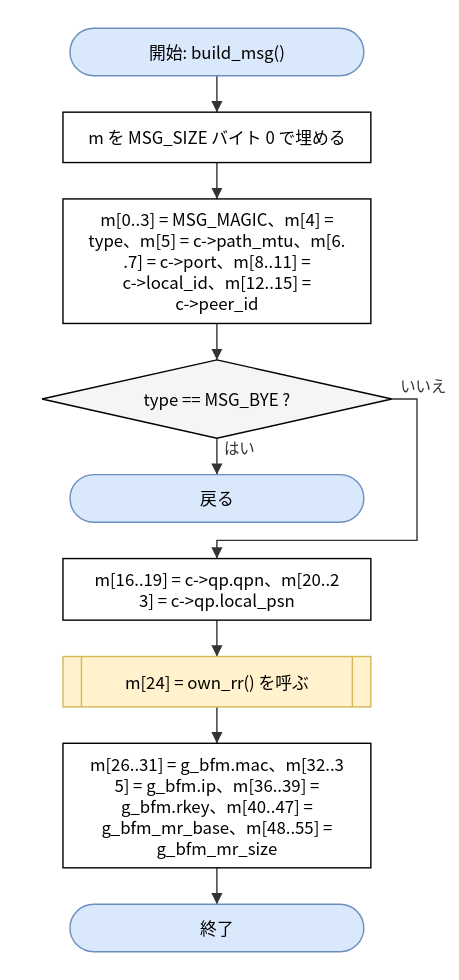
This is doc/spec/images/flow_src_bfm_cm-build_msg.drawio.svg from hf355051012-ai/bfmem, a draw.io export, as it was before one commit. Source tidied: cells renumbered, new cells last; positions are measured from the earlier drawing's top-left corner, leaving out a move shared by most shapes.
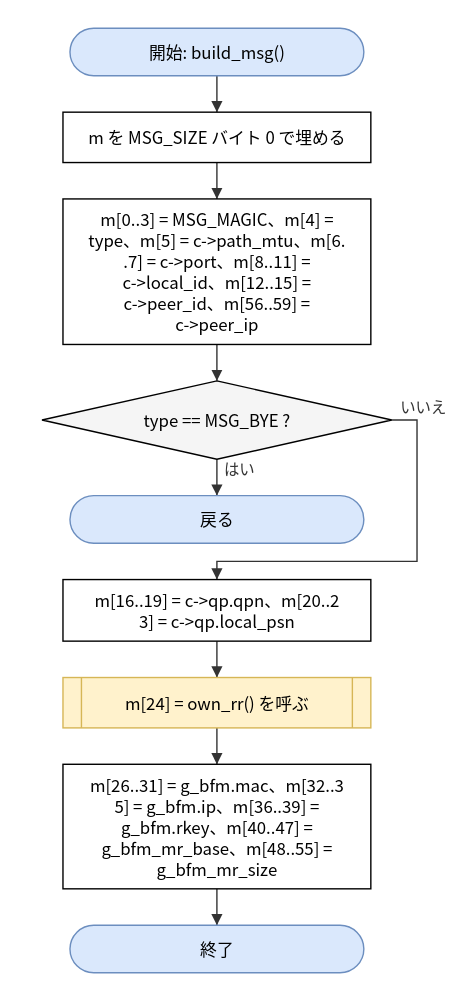
After the change.

Change to the diagram source:
```diff
@@ -3,13 +3,13 @@
     <mxCell id="0" />
     <mxCell id="1" parent="0" />
     <mxCell id="2" value="開始: build_msg()" style="rounded=1;arcSize=50;whiteSpace=wrap;html=1;fillColor=#dae8fc;strokeColor=#6c8ebf;" parent="1" vertex="1">
-      <mxGeometry x="20" width="210" height="34" as="geometry" />
+      <mxGeometry x="20" y="-15" width="210" height="34" as="geometry" />
     </mxCell>
     <mxCell id="3" value="m を MSG_SIZE バイト 0 で埋める" style="rounded=0;whiteSpace=wrap;html=1;" parent="1" vertex="1">
-      <mxGeometry x="15" y="60" width="220" height="36" as="geometry" />
+      <mxGeometry x="15" y="45" width="220" height="36" as="geometry" />
     </mxCell>
-    <mxCell id="4" value="m[0..3] = MSG_MAGIC、m[4] =&lt;br&gt;type、m[5] = c-&amp;gt;path_mtu、m[6.&lt;br&gt;.7] = c-&amp;gt;port、m[8..11] =&lt;br&gt;c-&amp;gt;local_id、m[12..15] =&lt;br&gt;c-&amp;gt;peer_id" style="rounded=0;whiteSpace=wrap;html=1;" parent="1" vertex="1">
-      <mxGeometry x="15" y="122" width="220" height="89" as="geometry" />
+    <mxCell id="4" value="m[0..3] = MSG_MAGIC、m[4] =&lt;br&gt;type、m[5] = c-&amp;gt;path_mtu、m[6.&lt;br&gt;.7] = c-&amp;gt;port、m[8..11] =&lt;br&gt;c-&amp;gt;local_id、m[12..15] =&lt;br&gt;c-&amp;gt;peer_id、m[56..59] =&lt;br&gt;c-&amp;gt;peer_ip" style="rounded=0;whiteSpace=wrap;html=1;" parent="1" vertex="1">
+      <mxGeometry x="15" y="107" width="220" height="104" as="geometry" />
     </mxCell>
     <mxCell id="5" value="type == MSG_BYE ?" style="rhombus;whiteSpace=wrap;html=1;fillColor=#f5f5f5;" parent="1" vertex="1">
       <mxGeometry y="237" width="250" height="56" as="geometry" />
```
